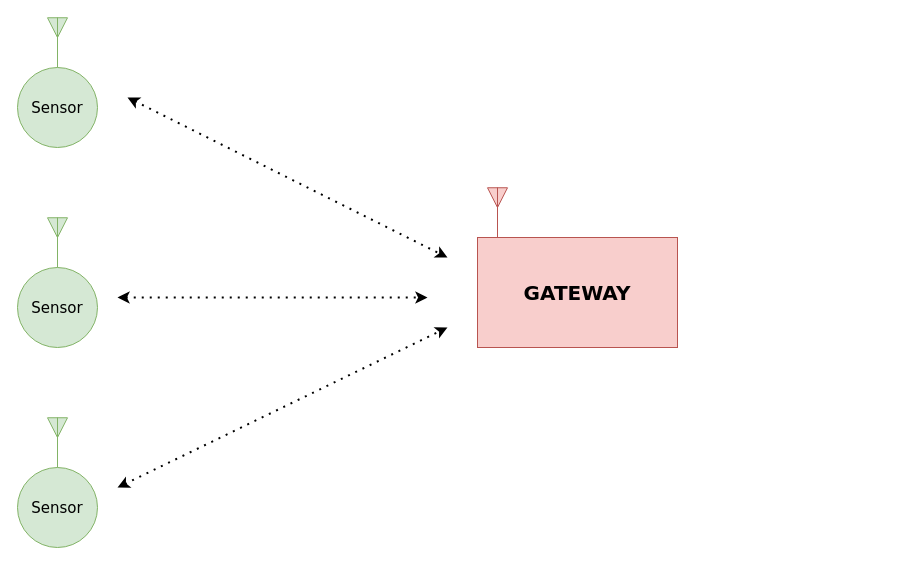
Earlier version of the draw.io diagram CBM.drawio (anhvanthe/01_my_drawio). Source tidied: cells renumbered, new cells numbered last; positions are measured from the earlier drawing's top-left corner, leaving out a move shared by most shapes. Both pictures are drawn from the tidied source at 100%, with x=0, y=0 at pixel (17, 17).
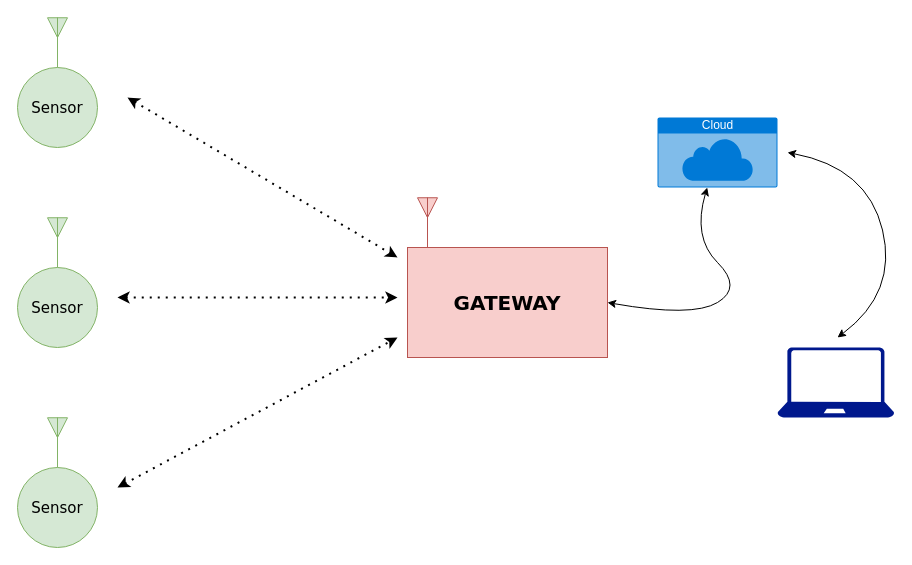
After the change.

What changed in the source:
```diff
@@
     <mxCell id="8" style="endArrow=classic;startArrow=classic;dashed=1;html=1;dashPattern=1 3;strokeWidth=2;fontFamily=Verdana;" parent="1" edge="1">
       <mxGeometry relative="1" as="geometry">
         <mxPoint x="100" y="470" as="sourcePoint" />
-        <mxPoint x="430" y="310" as="targetPoint" />
+        <mxPoint x="380" y="320" as="targetPoint" />
       </mxGeometry>
     </mxCell>
     <mxCell id="9" value="GATEWAY" style="rounded=0;whiteSpace=wrap;html=1;fillColor=#f8cecc;strokeColor=#b85450;fontFamily=Verdana;fontStyle=1;fontSize=20;" parent="1" vertex="1">
-      <mxGeometry x="460" y="220" width="200" height="110" as="geometry" />
+      <mxGeometry x="390" y="230" width="200" height="110" as="geometry" />
     </mxCell>
     <mxCell id="10" style="endArrow=classic;startArrow=classic;dashed=1;html=1;dashPattern=1 3;strokeWidth=2;fontFamily=Verdana;" parent="1" edge="1">
       <mxGeometry relative="1" as="geometry">
         <mxPoint x="100" y="280" as="sourcePoint" />
-        <mxPoint x="410" y="280" as="targetPoint" />
+        <mxPoint x="380" y="280" as="targetPoint" />
       </mxGeometry>
     </mxCell>
     <mxCell id="11" style="endArrow=classic;startArrow=classic;dashed=1;html=1;dashPattern=1 3;strokeWidth=2;fontFamily=Verdana;" parent="1" edge="1">
       <mxGeometry relative="1" as="geometry">
         <mxPoint x="110" y="80" as="sourcePoint" />
-        <mxPoint x="430" y="240" as="targetPoint" />
+        <mxPoint x="380" y="240" as="targetPoint" />
       </mxGeometry>
     </mxCell>
     <mxCell id="12" style="verticalLabelPosition=bottom;shadow=0;dashed=0;align=center;html=1;verticalAlign=top;shape=mxgraph.electrical.radio.aerial_-_antenna_2;fillColor=#f8cecc;strokeColor=#b85450;fontFamily=Verdana;" parent="1" vertex="1">
-      <mxGeometry x="470" y="170" width="20" height="50" as="geometry" />
+      <mxGeometry x="400" y="180" width="20" height="50" as="geometry" />
     </mxCell>
+    <mxCell id="13" value="Cloud" style="html=1;strokeColor=none;fillColor=#0079D6;labelPosition=center;verticalLabelPosition=middle;verticalAlign=top;align=center;fontSize=12;outlineConnect=0;spacingTop=-6;fontColor=#FFFFFF;shape=mxgraph.sitemap.cloud;" parent="1" vertex="1">
+      <mxGeometry x="640" y="100" width="120" height="70" as="geometry" />
+    </mxCell>
+    <mxCell id="14" style="curved=1;startArrow=classic;endArrow=classic;html=1;fontFamily=Verdana;fontSize=20;exitX=1;exitY=0.5;exitDx=0;exitDy=0;" parent="1" edge="1" source="9" target="13">
+      <mxGeometry relative="1" as="geometry">
+        <Array as="points">
+          <mxPoint x="675" y="300" />
+          <mxPoint x="725" y="270" />
+          <mxPoint x="675" y="220" />
+        </Array>
+      </mxGeometry>
+    </mxCell>
+    <mxCell id="15" style="shadow=0;dashed=0;html=1;strokeColor=none;labelPosition=center;verticalLabelPosition=bottom;verticalAlign=top;align=center;fillColor=#00188D;shape=mxgraph.azure.laptop;fontFamily=Verdana;fontSize=20;" parent="1" vertex="1">
+      <mxGeometry x="760" y="330" width="116.7" height="70" as="geometry" />
+    </mxCell>
+    <mxCell id="16" style="curved=1;startArrow=classic;endArrow=classic;html=1;fontFamily=Verdana;fontSize=20;exitX=1;exitY=0.5;exitDx=0;exitDy=0;" parent="1" edge="1">
+      <mxGeometry relative="1" as="geometry">
+        <mxPoint x="770" y="135" as="sourcePoint" />
+        <mxPoint x="820" y="320" as="targetPoint" />
+        <Array as="points">
+          <mxPoint x="850" y="150" />
+          <mxPoint x="880" y="275" />
+        </Array>
+      </mxGeometry>
+    </mxCell>
```
